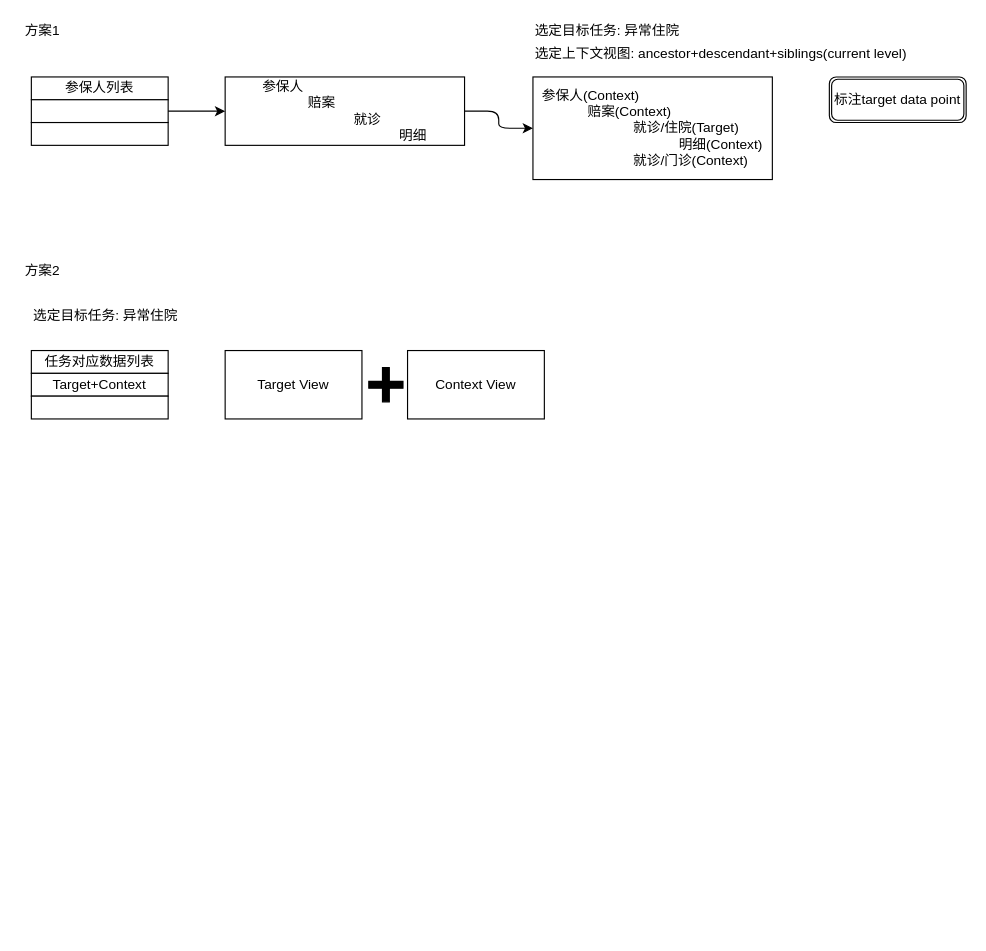
This is 标注方案.drawio from XiaoLiuAI/diagrams, a draw.io file, before an edit. Source tidied: cells renumbered, new cells numbered last; positions are measured from the earlier drawing's top-left corner, leaving out a move shared by most shapes. Both pictures are drawn from the tidied source at 114%, with x=0, y=0 at pixel (19, 19).
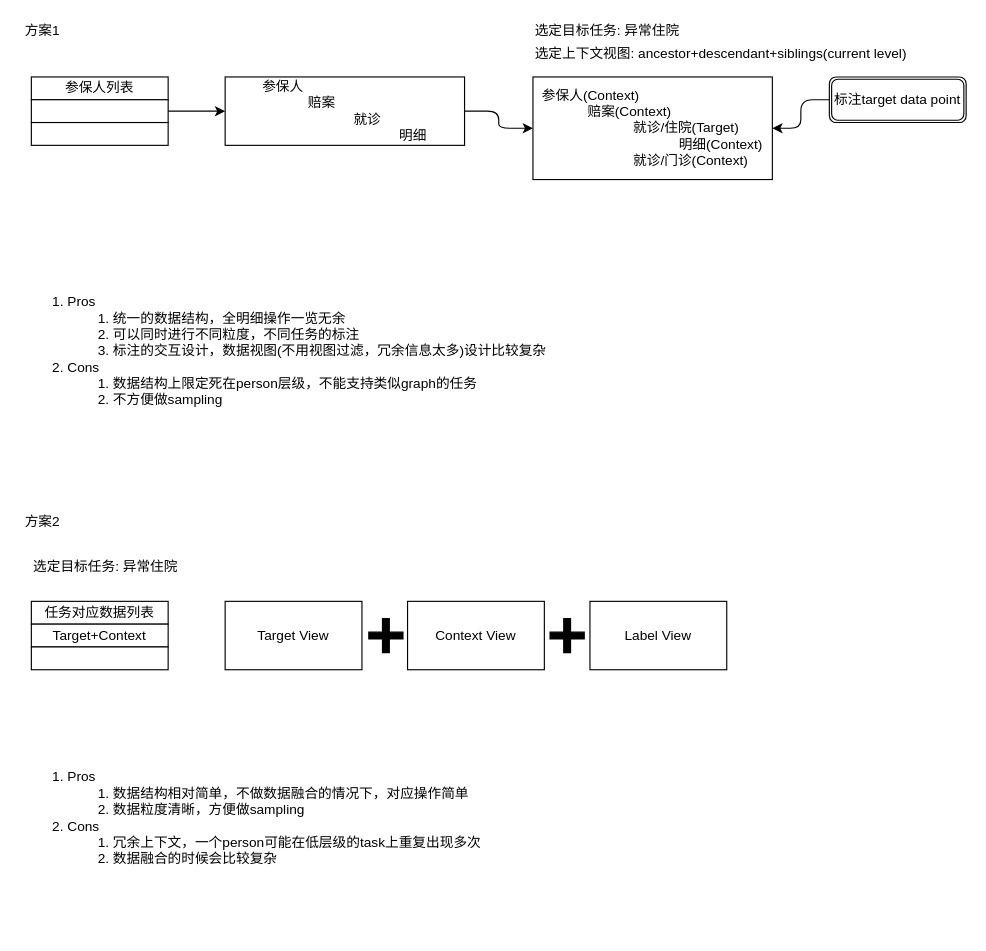
Above is the later version.

The change refers to these unchanged cells:
```xml
<mxCell id="8" value="&lt;div style=&quot;text-align: left&quot;&gt;&lt;span&gt;参保人(Context)&lt;/span&gt;&lt;/div&gt;&lt;blockquote style=&quot;margin: 0 0 0 40px ; border: none ; padding: 0px&quot;&gt;&lt;span&gt;&lt;div style=&quot;text-align: left&quot;&gt;&lt;span&gt;赔案(Context)&lt;/span&gt;&lt;/div&gt;&lt;/span&gt;&lt;/blockquote&gt;&lt;blockquote style=&quot;margin: 0 0 0 40px ; border: none ; padding: 0px&quot;&gt;&lt;blockquote style=&quot;margin: 0 0 0 40px ; border: none ; padding: 0px&quot;&gt;&lt;span&gt;&lt;div style=&quot;text-align: left&quot;&gt;&lt;span&gt;就诊/住院(Target)&lt;/span&gt;&lt;/div&gt;&lt;/span&gt;&lt;/blockquote&gt;&lt;/blockquote&gt;&lt;blockquote style=&quot;margin: 0 0 0 40px ; border: none ; padding: 0px&quot;&gt;&lt;blockquote style=&quot;margin: 0 0 0 40px ; border: none ; padding: 0px&quot;&gt;&lt;blockquote style=&quot;margin: 0 0 0 40px ; border: none ; padding: 0px&quot;&gt;&lt;span&gt;&lt;div style=&quot;text-align: left&quot;&gt;明细(Context)&lt;/div&gt;&lt;/span&gt;&lt;/blockquote&gt;&lt;/blockquote&gt;&lt;/blockquote&gt;&lt;blockquote style=&quot;margin: 0 0 0 40px ; border: none ; padding: 0px&quot;&gt;&lt;blockquote style=&quot;margin: 0 0 0 40px ; border: none ; padding: 0px&quot;&gt;&lt;div style=&quot;text-align: left&quot;&gt;&lt;span&gt;就诊/门诊(Context)&lt;/span&gt;&lt;/div&gt;&lt;/blockquote&gt;&lt;/blockquote&gt;" style="rounded=0;whiteSpace=wrap;html=1;" parent="1" vertex="1">
  <mxGeometry x="450" y="50" width="210" height="90" as="geometry" />
</mxCell>
<mxCell id="12" value="标注target data point" style="shape=ext;double=1;rounded=1;whiteSpace=wrap;html=1;align=center;" parent="1" vertex="1">
  <mxGeometry x="710" y="50" width="120" height="40" as="geometry" />
</mxCell>
```

The edit, as a diff of the source:
```diff
@@
     <mxCell id="13" value="方案2" style="text;html=1;strokeColor=none;fillColor=none;align=center;verticalAlign=middle;whiteSpace=wrap;rounded=0;" parent="1" vertex="1">
-      <mxGeometry y="210" width="40" height="20" as="geometry" />
+      <mxGeometry y="430" width="40" height="20" as="geometry" />
     </mxCell>
     <mxCell id="14" value="选定目标任务: 异常住院" style="text;html=1;strokeColor=none;fillColor=none;align=left;verticalAlign=middle;whiteSpace=wrap;rounded=0;" parent="1" vertex="1">
-      <mxGeometry x="10" y="250" width="170" height="20" as="geometry" />
+      <mxGeometry x="10" y="470" width="170" height="20" as="geometry" />
     </mxCell>
     <mxCell id="15" value="任务对应数据列表" style="rounded=0;whiteSpace=wrap;html=1;" parent="1" vertex="1">
-      <mxGeometry x="10" y="290" width="120" height="20" as="geometry" />
+      <mxGeometry x="10" y="510" width="120" height="20" as="geometry" />
     </mxCell>
     <mxCell id="16" value="Target+Context" style="rounded=0;whiteSpace=wrap;html=1;" parent="1" vertex="1">
-      <mxGeometry x="10" y="310" width="120" height="20" as="geometry" />
+      <mxGeometry x="10" y="530" width="120" height="20" as="geometry" />
     </mxCell>
     <mxCell id="17" style="rounded=0;whiteSpace=wrap;html=1;" parent="1" vertex="1">
-      <mxGeometry x="10" y="330" width="120" height="20" as="geometry" />
+      <mxGeometry x="10" y="550" width="120" height="20" as="geometry" />
     </mxCell>
     <mxCell id="18" value="Target View" style="rounded=0;whiteSpace=wrap;html=1;align=center;" parent="1" vertex="1">
-      <mxGeometry x="180" y="290" width="120" height="60" as="geometry" />
+      <mxGeometry x="180" y="510" width="120" height="60" as="geometry" />
     </mxCell>
     <mxCell id="19" value="Context View" style="rounded=0;whiteSpace=wrap;html=1;align=center;" parent="1" vertex="1">
-      <mxGeometry x="340" y="290" width="120" height="60" as="geometry" />
+      <mxGeometry x="340" y="510" width="120" height="60" as="geometry" />
     </mxCell>
     <mxCell id="20" style="shape=cross;whiteSpace=wrap;html=1;align=left;labelBackgroundColor=#000000;labelBorderColor=#000000;fillColor=#000000;" parent="1" vertex="1">
-      <mxGeometry x="306" y="305" width="30" height="30" as="geometry" />
+      <mxGeometry x="306" y="525" width="30" height="30" as="geometry" />
     </mxCell>
+    <mxCell id="21" style="edgeStyle=elbowEdgeStyle;elbow=horizontal;endArrow=classic;html=1;exitX=0;exitY=0.5;exitDx=0;exitDy=0;" parent="1" edge="1" source="12" target="8">
+      <mxGeometry relative="1" as="geometry" />
+    </mxCell>
+    <mxCell id="22" value="Label View" style="rounded=0;whiteSpace=wrap;html=1;align=center;" parent="1" vertex="1">
+      <mxGeometry x="500" y="510" width="120" height="60" as="geometry" />
+    </mxCell>
+    <mxCell id="23" style="shape=cross;whiteSpace=wrap;html=1;align=left;labelBackgroundColor=#000000;labelBorderColor=#000000;fillColor=#000000;" parent="1" vertex="1">
+      <mxGeometry x="465" y="525" width="30" height="30" as="geometry" />
+    </mxCell>
+    <mxCell id="24" value="&lt;ol&gt;&lt;li&gt;Pros&lt;/li&gt;&lt;ol&gt;&lt;li&gt;数据结构相对简单，不做数据融合的情况下，对应操作简单&lt;/li&gt;&lt;li&gt;数据粒度清晰，方便做sampling&lt;/li&gt;&lt;/ol&gt;&lt;li&gt;Cons&lt;/li&gt;&lt;ol&gt;&lt;li&gt;冗余上下文，一个person可能在低层级的task上重复出现多次&lt;/li&gt;&lt;li&gt;数据融合的时候会比较复杂&lt;/li&gt;&lt;/ol&gt;&lt;/ol&gt;" style="text;html=1;strokeColor=none;fillColor=none;align=left;verticalAlign=middle;whiteSpace=wrap;rounded=0;labelBackgroundColor=none;" parent="1" vertex="1">
+      <mxGeometry y="600" width="420" height="200" as="geometry" />
+    </mxCell>
+    <mxCell id="25" value="&lt;ol&gt;&lt;li&gt;Pros&lt;/li&gt;&lt;ol&gt;&lt;li&gt;统一的数据结构，全明细操作一览无余&lt;/li&gt;&lt;li&gt;可以同时进行不同粒度，不同任务的标注&lt;/li&gt;&lt;li&gt;标注的交互设计，数据视图(不用视图过滤，冗余信息太多)设计比较复杂&lt;/li&gt;&lt;/ol&gt;&lt;li&gt;Cons&lt;/li&gt;&lt;ol&gt;&lt;li&gt;数据结构上限定死在person层级，不能支持类似graph的任务&lt;/li&gt;&lt;li&gt;不方便做sampling&lt;/li&gt;&lt;/ol&gt;&lt;/ol&gt;" style="text;html=1;strokeColor=none;fillColor=none;align=left;verticalAlign=middle;whiteSpace=wrap;rounded=0;labelBackgroundColor=none;" parent="1" vertex="1">
+      <mxGeometry y="190" width="490" height="200" as="geometry" />
+    </mxCell>
```
